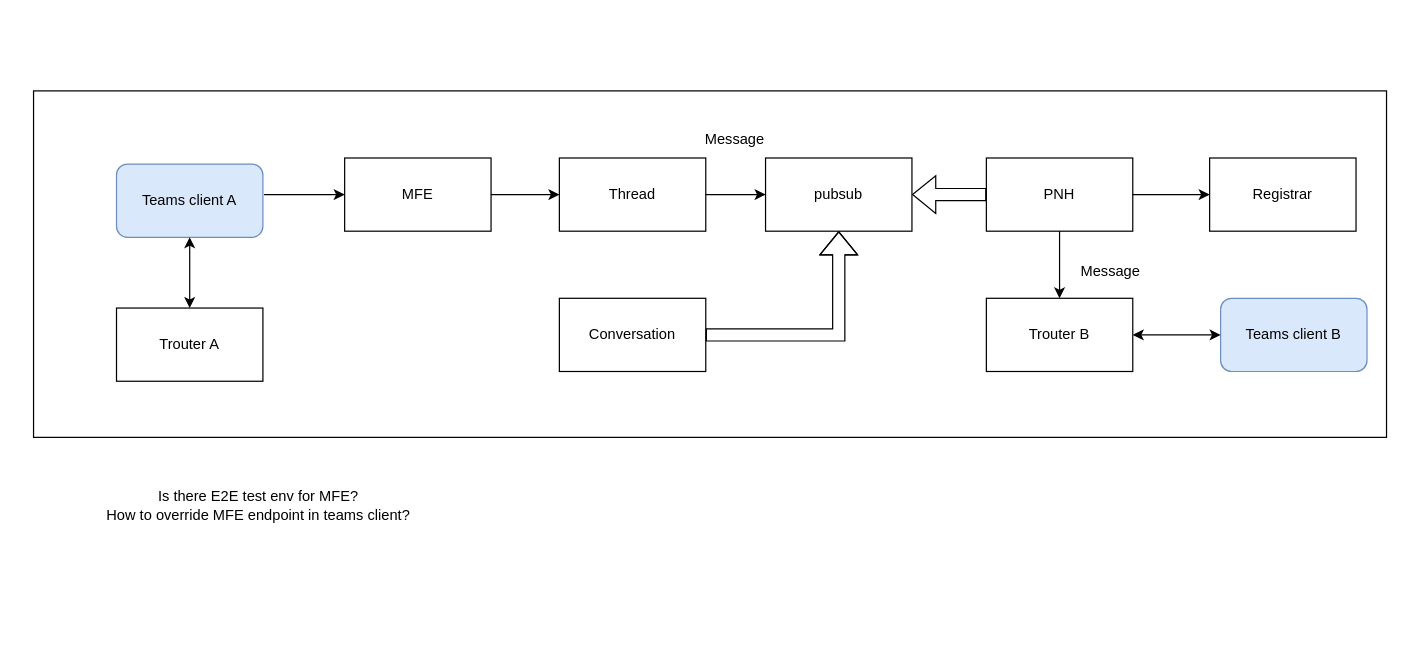
The draw.io diagram Stamp Diagram.drawio in nonly/timewheel, before the edit. Source tidied: cells renumbered, new cells numbered last; positions are measured from the earlier drawing's top-left corner, leaving out a move shared by most shapes. Both pictures are drawn from the tidied source at 122%, with x=0, y=0 at pixel (33, 90).
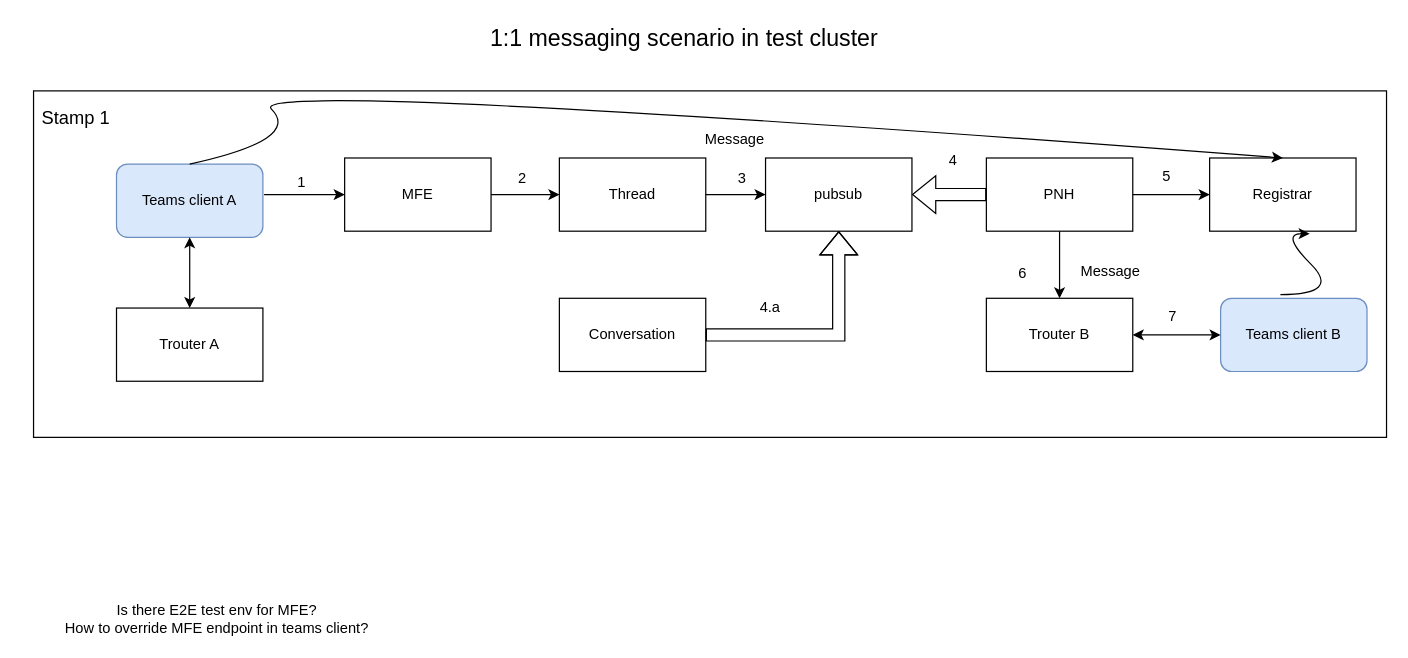
The same page after the edit.

The change refers to these unchanged cells:
```xml
<mxCell id="3" value="Teams client A" style="rounded=1;whiteSpace=wrap;html=1;fillColor=#dae8fc;strokeColor=#6c8ebf;" parent="1" vertex="1">
  <mxGeometry x="68" y="60" width="120" height="60" as="geometry" />
</mxCell>
<mxCell id="10" value="Registrar" style="rounded=0;whiteSpace=wrap;html=1;" parent="1" vertex="1">
  <mxGeometry x="964" y="55" width="120" height="60" as="geometry" />
</mxCell>
```

What changed in the source:
```diff
@@
     <mxCell id="24" value="Is there E2E test env for MFE?&lt;div&gt;How to override MFE endpoint in teams client?&lt;/div&gt;" style="text;html=1;align=center;verticalAlign=middle;whiteSpace=wrap;rounded=0;" parent="1" vertex="1">
-      <mxGeometry x="24" y="325" width="321" height="30" as="geometry" />
+      <mxGeometry x="-10" y="418" width="321" height="30" as="geometry" />
     </mxCell>
+    <mxCell id="25" style="curved=1;endArrow=classic;html=1;rounded=0;exitX=0.5;exitY=0;exitDx=0;exitDy=0;entryX=0.5;entryY=0;entryDx=0;entryDy=0;" parent="1" edge="1" source="3" target="10">
+      <mxGeometry relative="1" as="geometry">
+        <Array as="points">
+          <mxPoint x="220" y="40" />
+          <mxPoint x="170" y="-10" />
+        </Array>
+      </mxGeometry>
+    </mxCell>
+    <mxCell id="26" style="curved=1;endArrow=classic;html=1;rounded=0;" parent="1" edge="1">
+      <mxGeometry relative="1" as="geometry">
+        <mxPoint x="1022" y="167" as="sourcePoint" />
+        <mxPoint x="1046" y="117" as="targetPoint" />
+        <Array as="points">
+          <mxPoint x="1072" y="167" />
+          <mxPoint x="1022" y="117" />
+        </Array>
+      </mxGeometry>
+    </mxCell>
+    <mxCell id="27" value="1" style="text;html=1;align=center;verticalAlign=middle;whiteSpace=wrap;rounded=0;" parent="1" vertex="1">
+      <mxGeometry x="190" y="60" width="60" height="30" as="geometry" />
+    </mxCell>
+    <mxCell id="28" value="2" style="text;html=1;align=center;verticalAlign=middle;whiteSpace=wrap;rounded=0;" parent="1" vertex="1">
+      <mxGeometry x="371" y="57" width="60" height="30" as="geometry" />
+    </mxCell>
+    <mxCell id="29" value="3" style="text;html=1;align=center;verticalAlign=middle;whiteSpace=wrap;rounded=0;" parent="1" vertex="1">
+      <mxGeometry x="551" y="57" width="60" height="30" as="geometry" />
+    </mxCell>
+    <mxCell id="30" value="4" style="text;html=1;align=center;verticalAlign=middle;whiteSpace=wrap;rounded=0;" parent="1" vertex="1">
+      <mxGeometry x="724" y="42" width="60" height="30" as="geometry" />
+    </mxCell>
+    <mxCell id="31" value="5" style="text;html=1;align=center;verticalAlign=middle;whiteSpace=wrap;rounded=0;" parent="1" vertex="1">
+      <mxGeometry x="899" y="55" width="60" height="30" as="geometry" />
+    </mxCell>
+    <mxCell id="32" value="6" style="text;html=1;align=center;verticalAlign=middle;whiteSpace=wrap;rounded=0;" parent="1" vertex="1">
+      <mxGeometry x="781" y="135" width="60" height="30" as="geometry" />
+    </mxCell>
+    <mxCell id="33" value="4.a" style="text;html=1;align=center;verticalAlign=middle;whiteSpace=wrap;rounded=0;" parent="1" vertex="1">
+      <mxGeometry x="574" y="163" width="60" height="30" as="geometry" />
+    </mxCell>
+    <mxCell id="34" value="&lt;font style=&quot;font-size: 19px;&quot;&gt;1:1 messaging scenario in test cluster&lt;/font&gt;" style="text;html=1;align=center;verticalAlign=middle;whiteSpace=wrap;rounded=0;" parent="1" vertex="1">
+      <mxGeometry x="350" y="-57" width="367" height="30" as="geometry" />
+    </mxCell>
+    <mxCell id="35" value="&lt;font style=&quot;font-size: 15px;&quot;&gt;Stamp 1&lt;/font&gt;" style="text;html=1;align=center;verticalAlign=middle;whiteSpace=wrap;rounded=0;" parent="1" vertex="1">
+      <mxGeometry x="5" y="7" width="60" height="30" as="geometry" />
+    </mxCell>
+    <mxCell id="36" value="7" style="text;html=1;align=center;verticalAlign=middle;whiteSpace=wrap;rounded=0;" parent="1" vertex="1">
+      <mxGeometry x="904" y="170" width="60" height="30" as="geometry" />
+    </mxCell>
```
